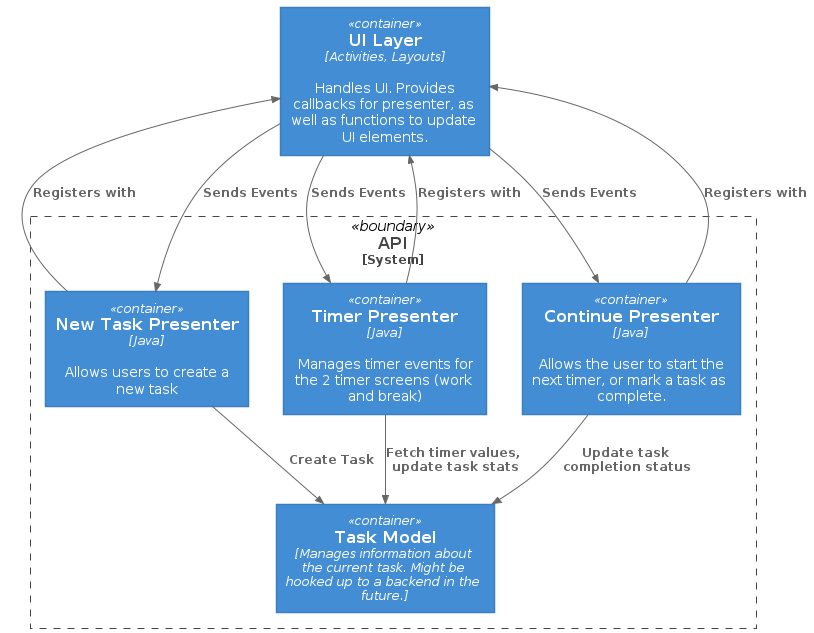
carbonXIII/PomodoroApp keeps this PlantUML diagram as artifacts/images/001-component-diagram.png. Above is the earlier version.
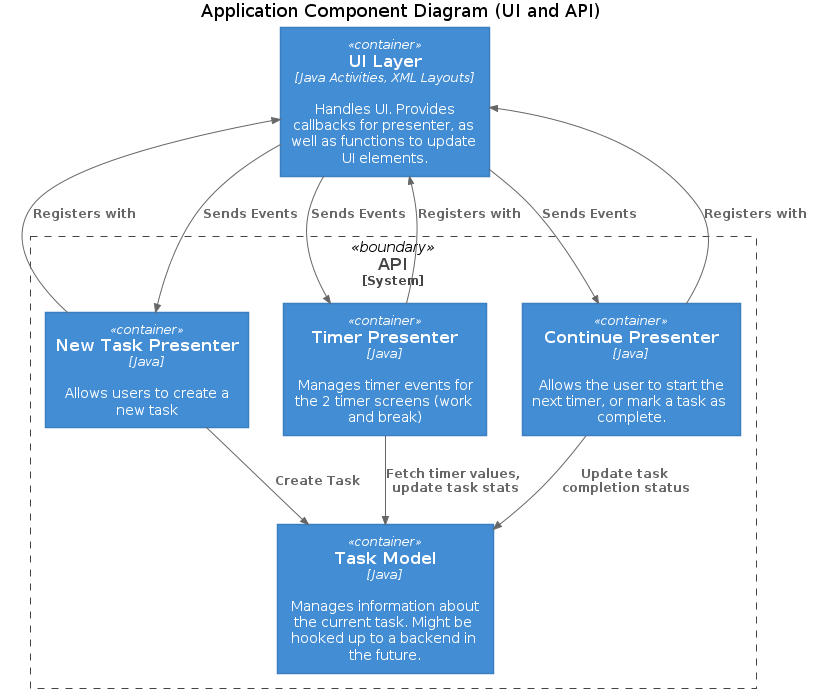
After the change.

Commit message:
Diagram titles

Change to the diagram source:
```diff
@@ -1,13 +1,14 @@
 @startuml
+title Application Component Diagram (UI and API)
 !include https://raw.githubusercontent.com/plantuml-stdlib/C4-PlantUML/master/C4_Container.puml
 
-Container(ui, "UI Layer", "Activities, Layouts", "Handles UI. Provides callbacks for presenter, as well as functions to update UI elements.")
+Container(ui, "UI Layer", "Java Activities, XML Layouts", "Handles UI. Provides callbacks for presenter, as well as functions to update UI elements.")
 
 System_Boundary(c1, "API") {
         Container(newtask, "New Task Presenter", "Java", "Allows users to create a new task")
         Container(timer, "Timer Presenter", "Java", "Manages timer events for the 2 timer screens (work and break)")
         Container(continue, "Continue Presenter", "Java", "Allows the user to start the next timer, or mark a task as complete.")
-        Container(task, "Task Model", "Manages information about the current task. Might be hooked up to a backend in the future.")
+        Container(task, "Task Model", "Java", "Manages information about the current task. Might be hooked up to a backend in the future.")
 }
 
 Rel_U(newtask, ui, "Registers with")
```
